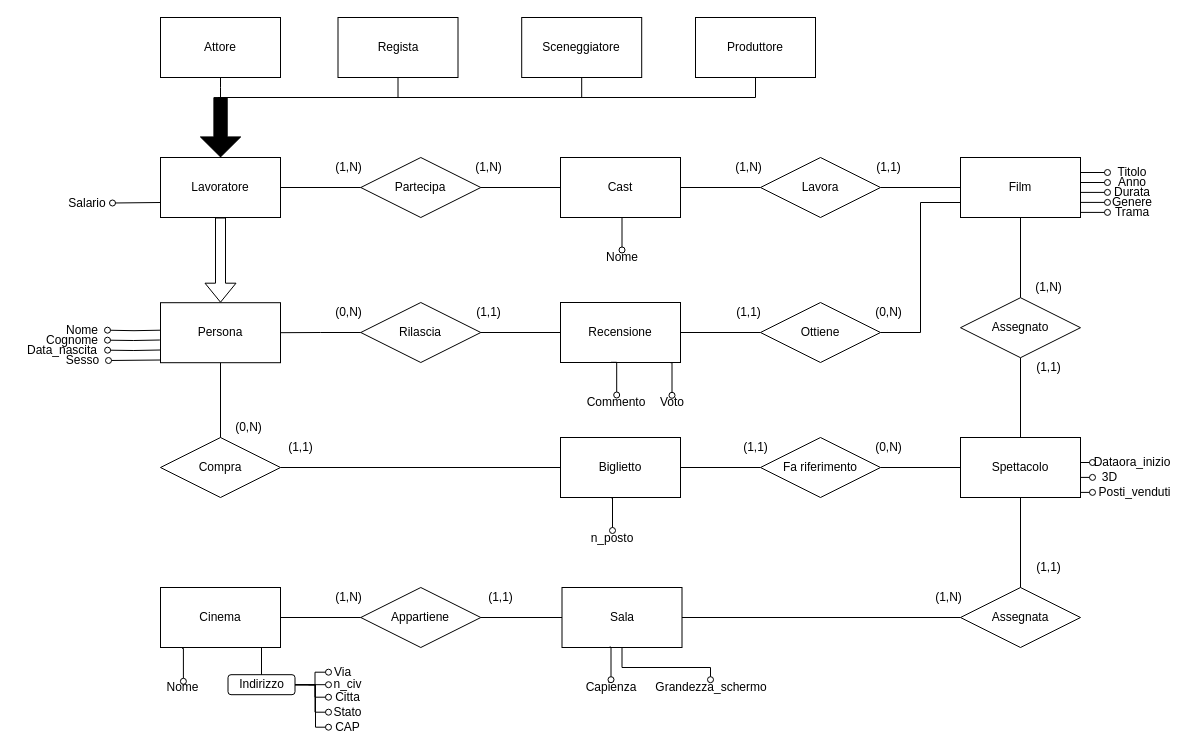
Before: SchemaER.drawio in ToldoDM/UDBP, a draw.io diagram. Source tidied: cells renumbered, new cells numbered last; positions are measured from the earlier drawing's top-left corner, leaving out a move shared by most shapes. Both pictures are drawn from the tidied source at 100%, with x=0, y=0 at pixel (17, 17).
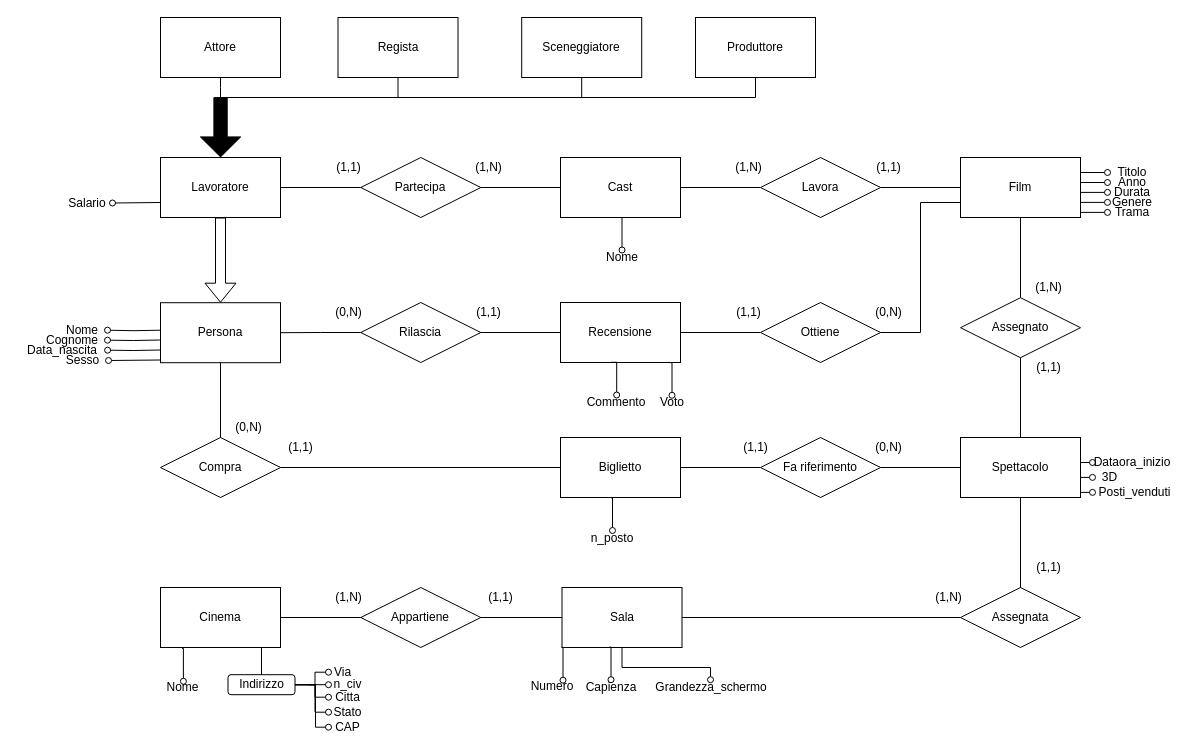
Above is the later version.

Commit message (it also covers changes not shown here):
Sistemata cardinalita' recensione Lavoratore-Cast

What changed in the source:
```diff
@@
-    <mxCell id="57" value="(1,N)" style="text;html=1;align=center;verticalAlign=middle;" parent="1" vertex="1">
+    <mxCell id="57" value="(1,1)" style="text;html=1;align=center;verticalAlign=middle;" parent="1" vertex="1">
       <mxGeometry x="310.5" y="140" width="40" height="20" as="geometry" />
     </mxCell>
@@
+    <mxCell id="119" value="Numero" style="text;html=1;strokeColor=none;fillColor=none;align=center;verticalAlign=middle;whiteSpace=wrap;rounded=0;" parent="1" vertex="1">
+      <mxGeometry x="510" y="661" width="50" height="15" as="geometry" />
+    </mxCell>
+    <mxCell id="120" style="edgeStyle=orthogonalEdgeStyle;rounded=0;orthogonalLoop=1;jettySize=auto;html=1;exitX=0.5;exitY=1;exitDx=0;exitDy=0;endArrow=oval;endFill=0;entryX=0.5;entryY=0;entryDx=0;entryDy=0;" parent="1" edge="1">
+      <mxGeometry relative="1" as="geometry">
+        <mxPoint x="544" y="629.8" as="sourcePoint" />
+        <mxPoint x="545.5" y="662.7" as="targetPoint" />
+      </mxGeometry>
+    </mxCell>
```
